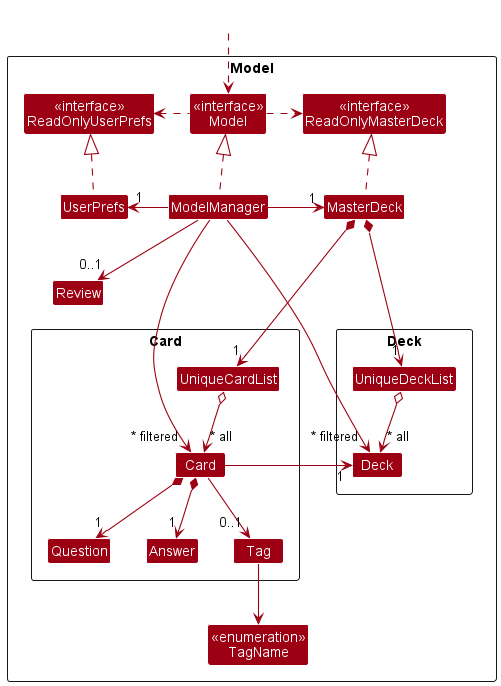
Before: docs/images/ModelClassDiagram.png, a diagram exported from PlantUML (nus-cs2103-AY2223S2/tp).
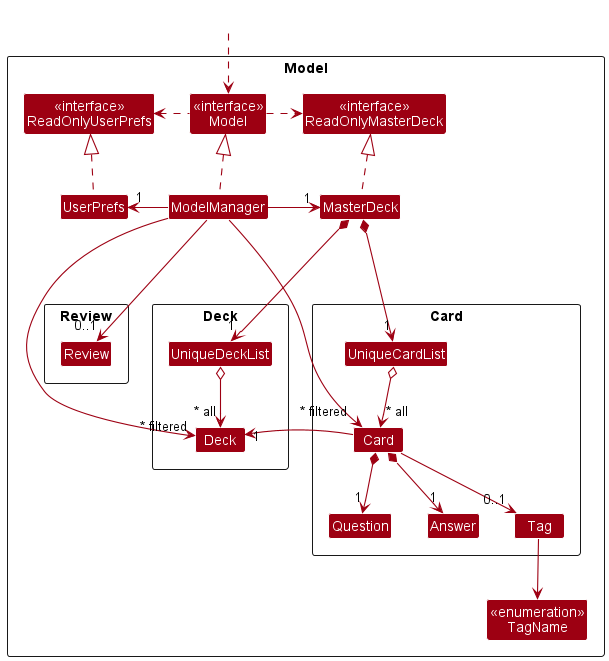
The same file after the commit.

Commit message:
Update Class Diagram

The edit, as a diff of the source:
```diff
@@ -31,7 +31,9 @@
        Class Deck
     }
 
-    Class Review
+    Package "Review" as PackageReview <<Rectangle>> {
+        Class Review
+    }
 
 }
 
@@ -49,7 +51,7 @@
 
 ModelManager -l-> "1" UserPrefs
 ModelManager -r-> "1" MasterDeck
-ModelManager -down-> "0..1" Review
+ModelManager ---> "0..1" Review
 
 MasterDeck *---> "1" UniqueDeckList
 MasterDeck *---> "1" UniqueCardList
```
